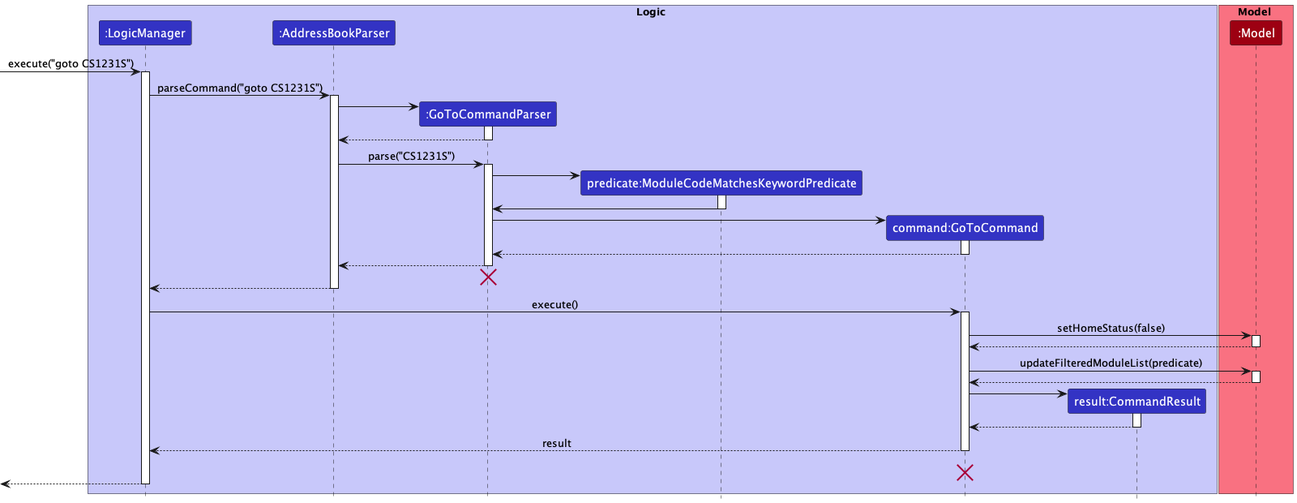
Earlier version of the PlantUML export docs/images/GoToSequenceDiagram.png (nus-cs2103-AY2223S1/tp).
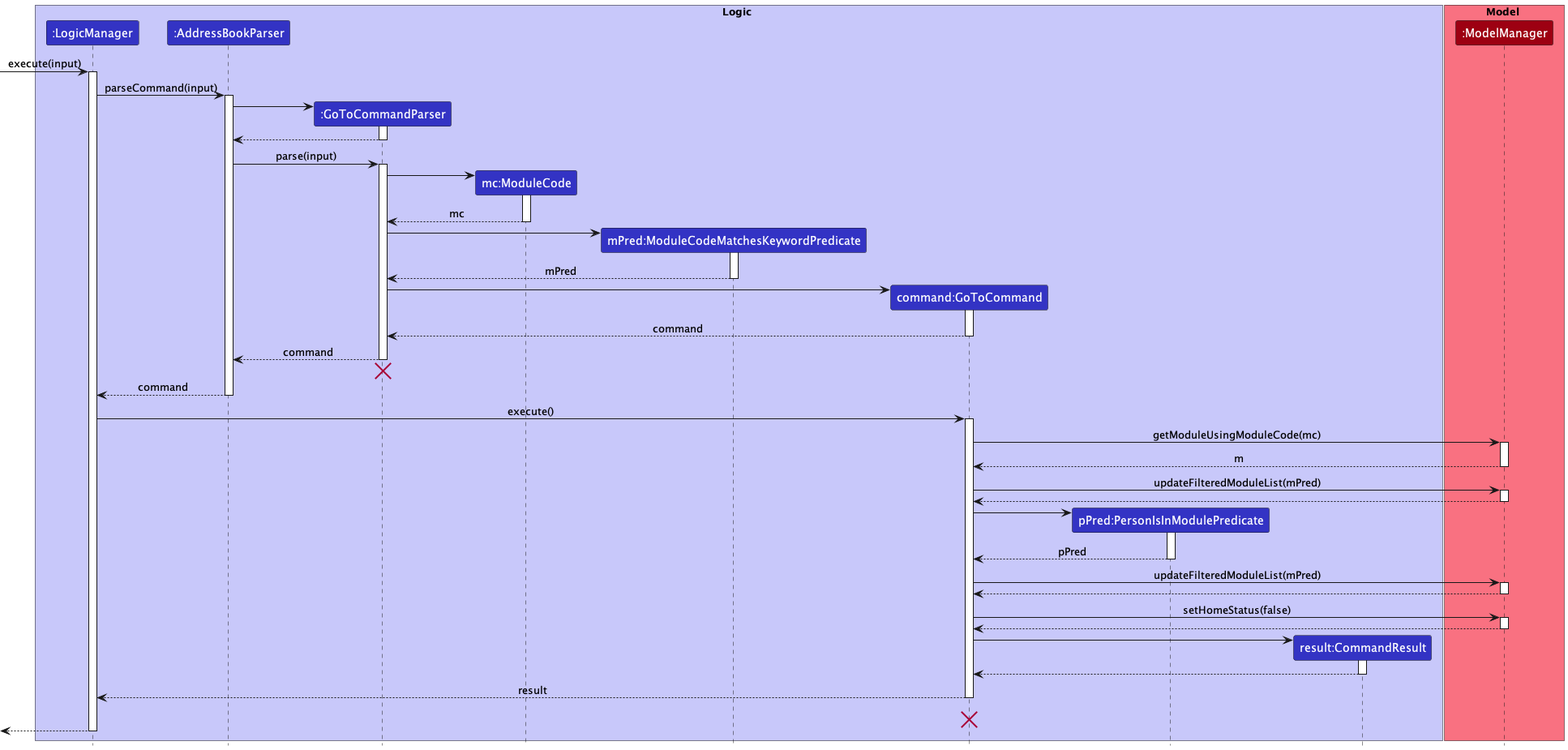
After the commit.

Commit message:
Update UML diagram

Diff of the diagram source:
```diff
@@ -5,19 +5,21 @@
 participant ":LogicManager" as LogicManager LOGIC_COLOR
 participant ":AddressBookParser" as AddressBookParser LOGIC_COLOR
 participant ":GoToCommandParser" as GoToCommandParser LOGIC_COLOR
-participant "predicate:ModuleCodeMatchesKeywordPredicate" as ModuleCodeMatchesKeywordPredicate LOGIC_COLOR
+participant "mc:ModuleCode" as ModuleCode LOGIC_COLOR
+participant "mPred:ModuleCodeMatchesKeywordPredicate" as ModuleCodeMatchesKeywordPredicate LOGIC_COLOR
 participant "command:GoToCommand" as GoToCommand LOGIC_COLOR
+participant "pPred:PersonIsInModulePredicate" as PersonIsInModulePredicate LOGIC_COLOR
 participant "result:CommandResult" as CommandResult LOGIC_COLOR
 end box
 
 box Model MODEL_COLOR_T1
-participant ":Model" as Model MODEL_COLOR
+participant ":ModelManager" as Model MODEL_COLOR
 end box
 
-[-> LogicManager : execute("goto CS1231S")
+[-> LogicManager : execute(input)
 activate LogicManager
 
-LogicManager -> AddressBookParser : parseCommand("goto CS1231S")
+LogicManager -> AddressBookParser : parseCommand(input)
 activate AddressBookParser
 
 create GoToCommandParser
@@ -27,40 +29,61 @@
 GoToCommandParser --> AddressBookParser
 deactivate GoToCommandParser
 
-AddressBookParser -> GoToCommandParser : parse("CS1231S")
+AddressBookParser -> GoToCommandParser : parse(input)
 
 activate GoToCommandParser
+
+create ModuleCode
+GoToCommandParser -> ModuleCode
+activate ModuleCode
+ModuleCode --> GoToCommandParser : mc
+deactivate ModuleCode
+
 create ModuleCodeMatchesKeywordPredicate
 GoToCommandParser -> ModuleCodeMatchesKeywordPredicate
 activate ModuleCodeMatchesKeywordPredicate
-ModuleCodeMatchesKeywordPredicate -> GoToCommandParser
+ModuleCodeMatchesKeywordPredicate --> GoToCommandParser : mPred
 deactivate ModuleCodeMatchesKeywordPredicate
 
 create GoToCommand
 GoToCommandParser -> GoToCommand
 activate GoToCommand
-GoToCommand --> GoToCommandParser
+GoToCommand --> GoToCommandParser : command
 deactivate GoToCommand
 
-GoToCommandParser --> AddressBookParser
+GoToCommandParser --> AddressBookParser : command
 deactivate GoToCommandParser
 GoToCommandParser -[hidden]-> AddressBookParser
 destroy GoToCommandParser
 
-AddressBookParser --> LogicManager :
+AddressBookParser --> LogicManager : command
 deactivate AddressBookParser
 
 LogicManager -> GoToCommand : execute()
 
 activate GoToCommand
-GoToCommand -> Model : setHomeStatus(false)
+GoToCommand -> Model : getModuleUsingModuleCode(mc)
+activate Model
+Model --> GoToCommand : m
+deactivate Model
 
+GoToCommand -> Model : updateFilteredModuleList(mPred)
 activate Model
 Model --> GoToCommand
 deactivate Model
 
-GoToCommand -> Model : updateFilteredModuleList(predicate)
+create PersonIsInModulePredicate
+GoToCommand -> PersonIsInModulePredicate
+activate PersonIsInModulePredicate
+PersonIsInModulePredicate --> GoToCommand : pPred
+deactivate PersonIsInModulePredicate
 
+GoToCommand -> Model : updateFilteredModuleList(mPred)
+activate Model
+Model --> GoToCommand
+deactivate Model
+
+GoToCommand -> Model : setHomeStatus(false)
 activate Model
 Model --> GoToCommand
 deactivate Model
```
